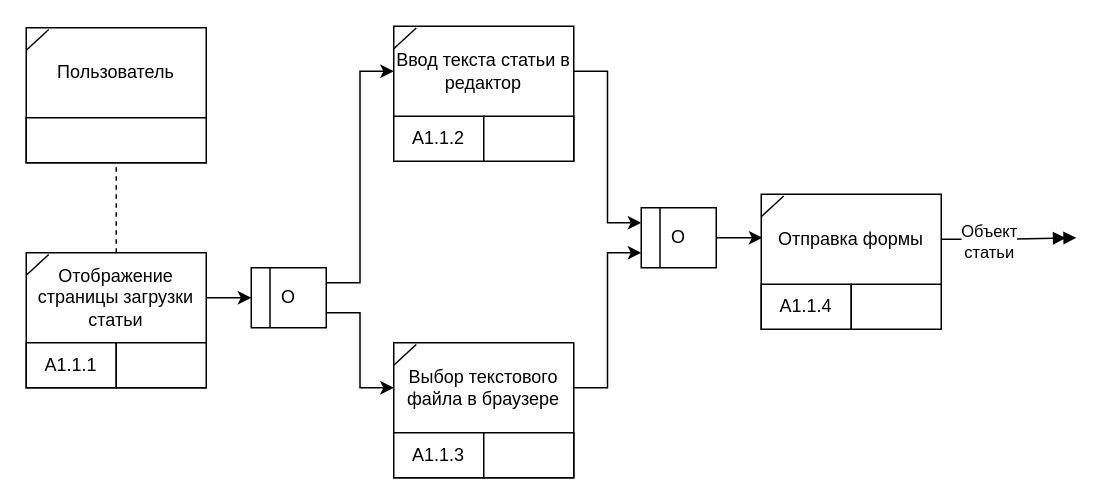
The draw.io diagram ISD/labs/3/idef3-1.drawio in XoJIoDuJIHuK/7-term, before the edit. Source tidied: cells renumbered, new cells numbered last; positions are measured from the earlier drawing's top-left corner, leaving out a move shared by most shapes. Both pictures are drawn from the tidied source at 150%, with x=0, y=0 at pixel (26, 26).
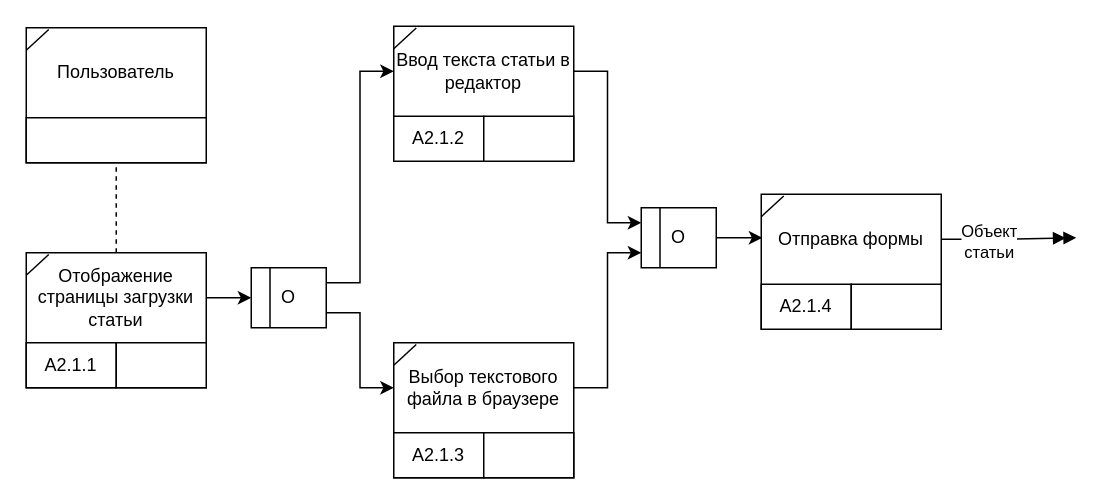
The same diagram, later.

Change to the diagram source:
```diff
@@
-    <mxCell id="7" value="А1.1.1" style="rounded=0;whiteSpace=wrap;html=1;" parent="1" vertex="1">
+    <mxCell id="7" value="А2.1.1" style="rounded=0;whiteSpace=wrap;html=1;" parent="1" vertex="1">
       <mxGeometry y="211" width="60" height="30" as="geometry" />
     </mxCell>
@@
-    <mxCell id="14" value="А1.1.2" style="rounded=0;whiteSpace=wrap;html=1;" parent="1" vertex="1">
+    <mxCell id="14" value="А2.1.2" style="rounded=0;whiteSpace=wrap;html=1;" parent="1" vertex="1">
       <mxGeometry x="245" y="60" width="60" height="30" as="geometry" />
     </mxCell>
@@
-    <mxCell id="20" value="А1.1.3" style="rounded=0;whiteSpace=wrap;html=1;" parent="1" vertex="1">
+    <mxCell id="20" value="А2.1.3" style="rounded=0;whiteSpace=wrap;html=1;" parent="1" vertex="1">
       <mxGeometry x="245" y="271" width="60" height="30" as="geometry" />
     </mxCell>
@@
-    <mxCell id="26" value="А1.1.4" style="rounded=0;whiteSpace=wrap;html=1;" parent="1" vertex="1">
+    <mxCell id="26" value="А2.1.4" style="rounded=0;whiteSpace=wrap;html=1;" parent="1" vertex="1">
       <mxGeometry x="490" y="172" width="60" height="30" as="geometry" />
     </mxCell>
```
